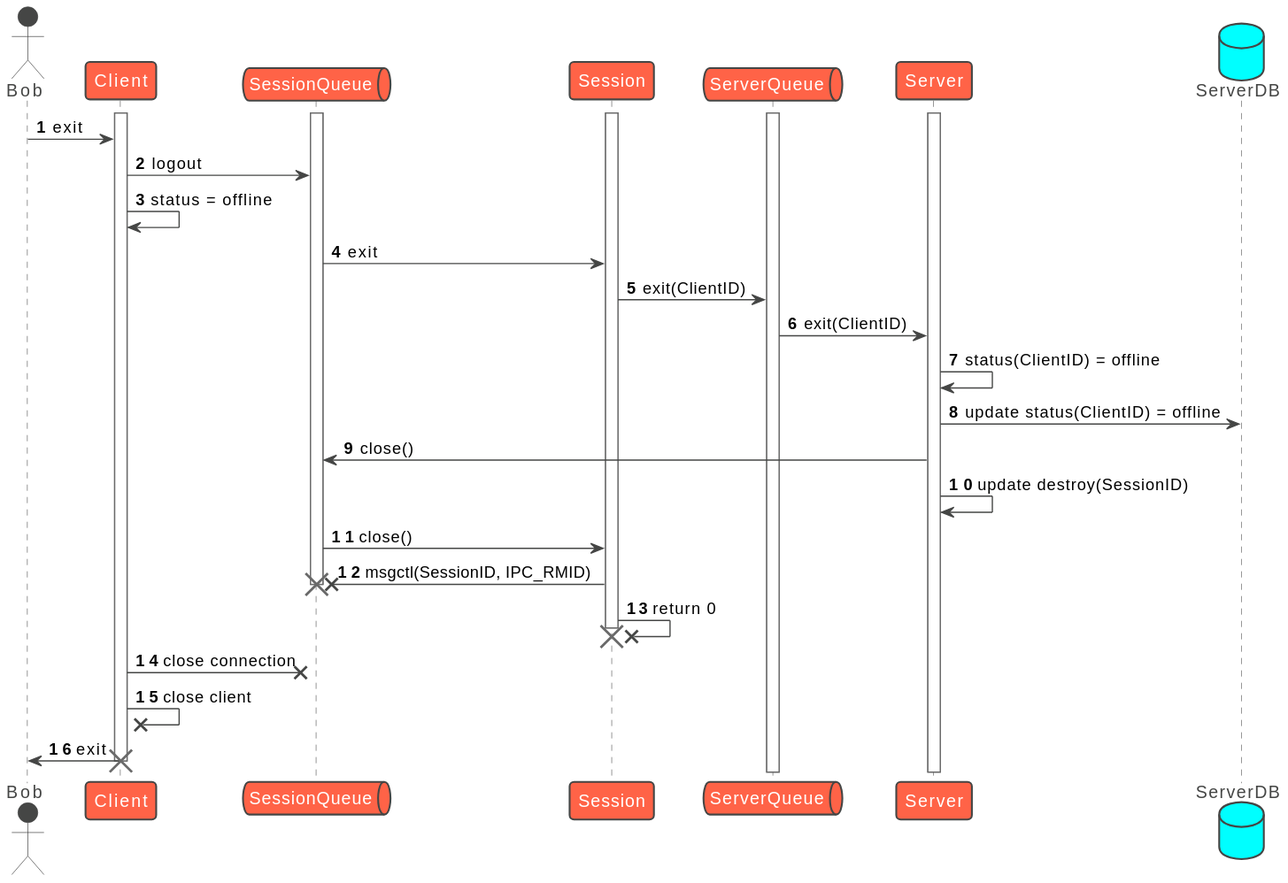
Earlier version of the PlantUML export out/exitClient.svg (mchlebosz/IPC-Chat-Service).
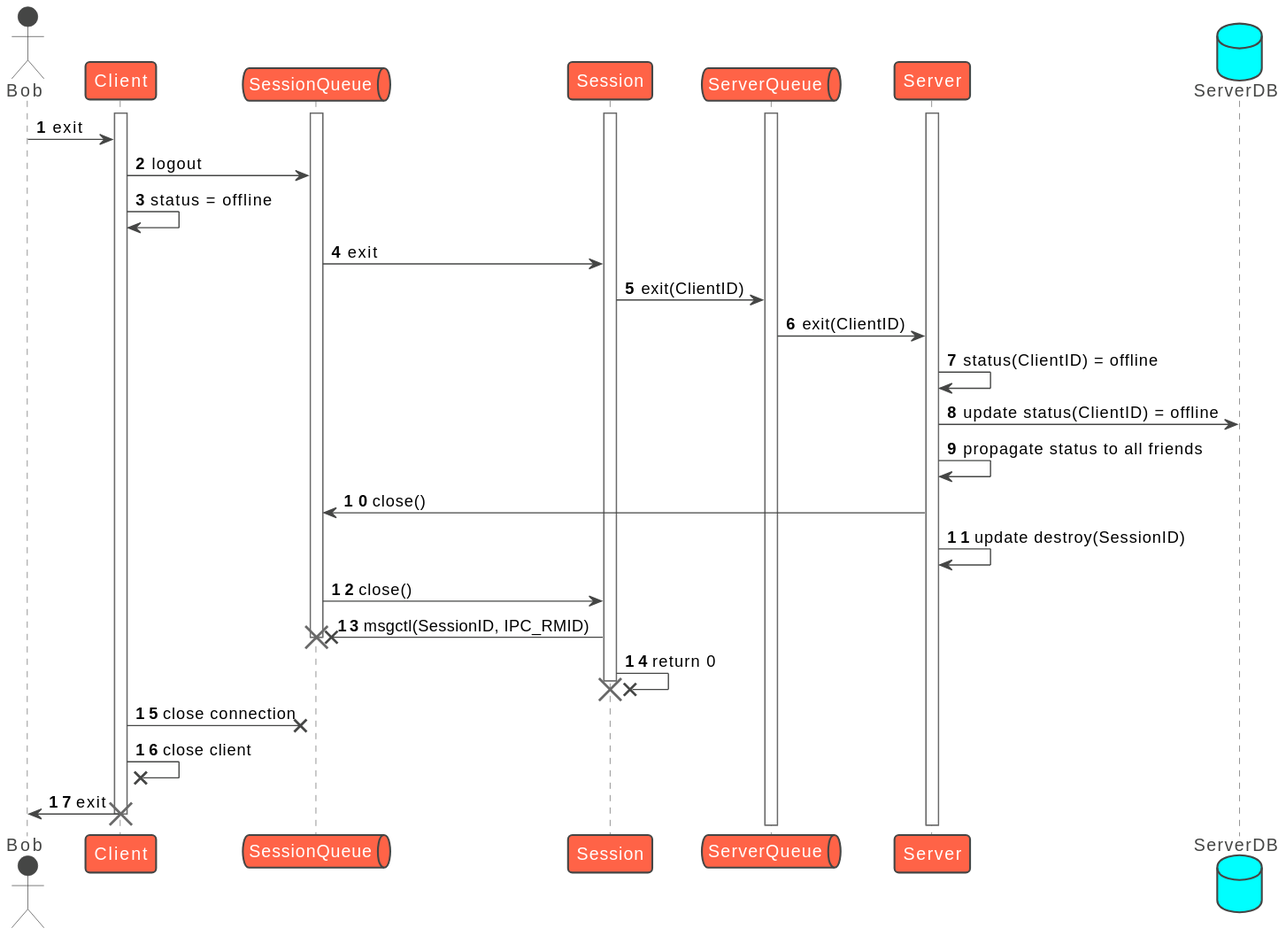
Later version of the same file.

What changed in the source:
```diff
@@ -23,6 +23,7 @@
 ServerQueue -> Server : exit(ClientID)
 Server -> Server : status(ClientID) = offline
 Server -> ServerDB : update status(ClientID) = offline
+Server -> Server: propagate status to all friends
 Server -> SessionQueue : close()
 Server -> Server : update destroy(SessionID)
 SessionQueue -> Session : close()
```
